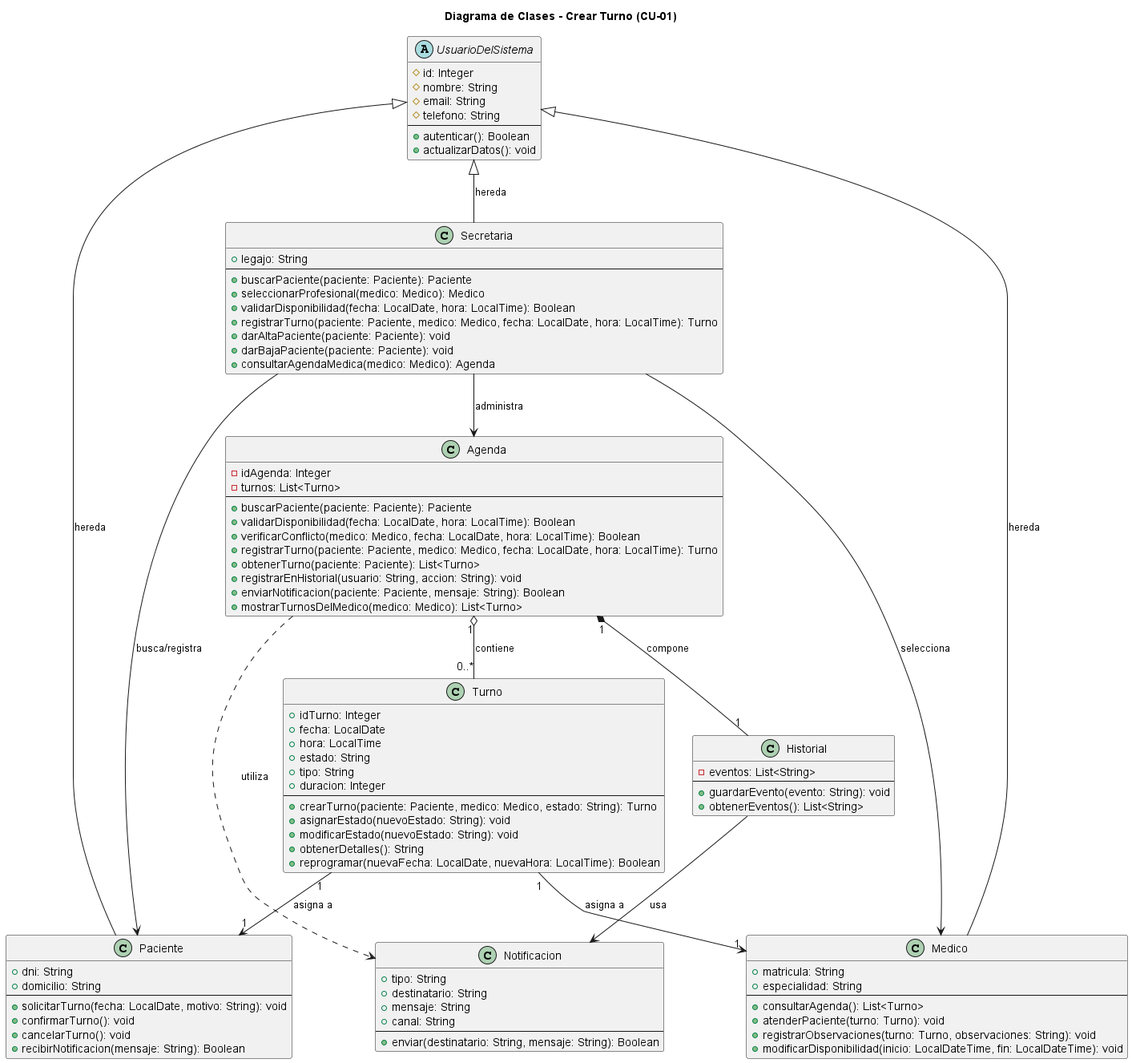
Before: diagramas/01-diagrama-clases/01-clases-crear-turno-01.png, a diagram exported from PlantUML (eternalnight04/SistemaTurnosMedicos).
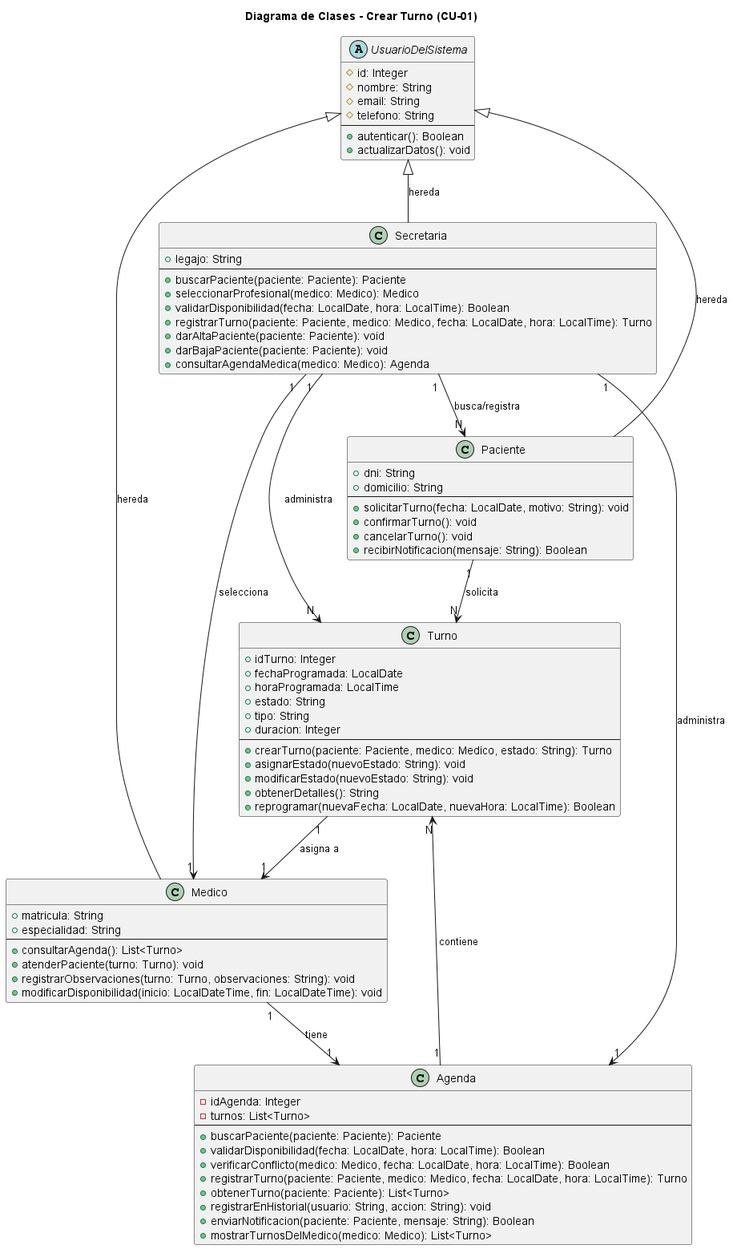
Later version of the same file.

Commit message:
fix: corregidos archivos crear turno, diagrama final y analisis casos uso

What changed in the source:
```diff
@@ -1,4 +1,4 @@
-@startuml diagrama de clases 01: crear turno
+@startuml 01-clases-crear-turno-01
 
 title Diagrama de Clases - Crear Turno (CU-01)
 
@@ -46,8 +46,8 @@
 
 class Turno {
   + idTurno: Integer
-  + fecha: LocalDate
-  + hora: LocalTime
+  + fechaProgramada: LocalDate
+  + horaProgramada: LocalTime
   + estado: String
   + tipo: String
   + duracion: Integer
@@ -73,37 +73,22 @@
   + mostrarTurnosDelMedico(medico: Medico): List<Turno>
 }
 
-class Historial {
-  - eventos: List<String>
-  --
-  + guardarEvento(evento: String): void
-  + obtenerEventos(): List<String>
-}
-
-class Notificacion {
-  + tipo: String
-  + destinatario: String
-  + mensaje: String
-  + canal: String
-  --
-  + enviar(destinatario: String, mensaje: String): Boolean
-}
 
 UsuarioDelSistema <|-- Paciente : hereda
 UsuarioDelSistema <|-- Secretaria : hereda
 UsuarioDelSistema <|-- Medico : hereda
 
-Secretaria --> Agenda : administra
-Secretaria --> Paciente : busca/registra
-Secretaria --> Medico : selecciona
+Secretaria "1 "--> "1" Agenda : administra
+Secretaria "1 "--> "N" Paciente : busca/registra
+Secretaria "1 "--> "1" Medico : selecciona
+Secretaria "1 "--> "N" Turno : administra
 
-Agenda "1" o-- "0..*" Turno : contiene
-Agenda "1" *-- "1" Historial : compone
-Agenda ..> Notificacion : utiliza
+Agenda "1" --> "N" Turno : contiene
 
-Turno "1" --> "1" Paciente : asigna a
+Paciente "1" --> "N" Turno : solicita
+
 Turno "1" --> "1" Medico : asigna a
 
-Historial --> Notificacion : usa
+Medico "1" -->  "1" Agenda : tiene
 
 @enduml
```
